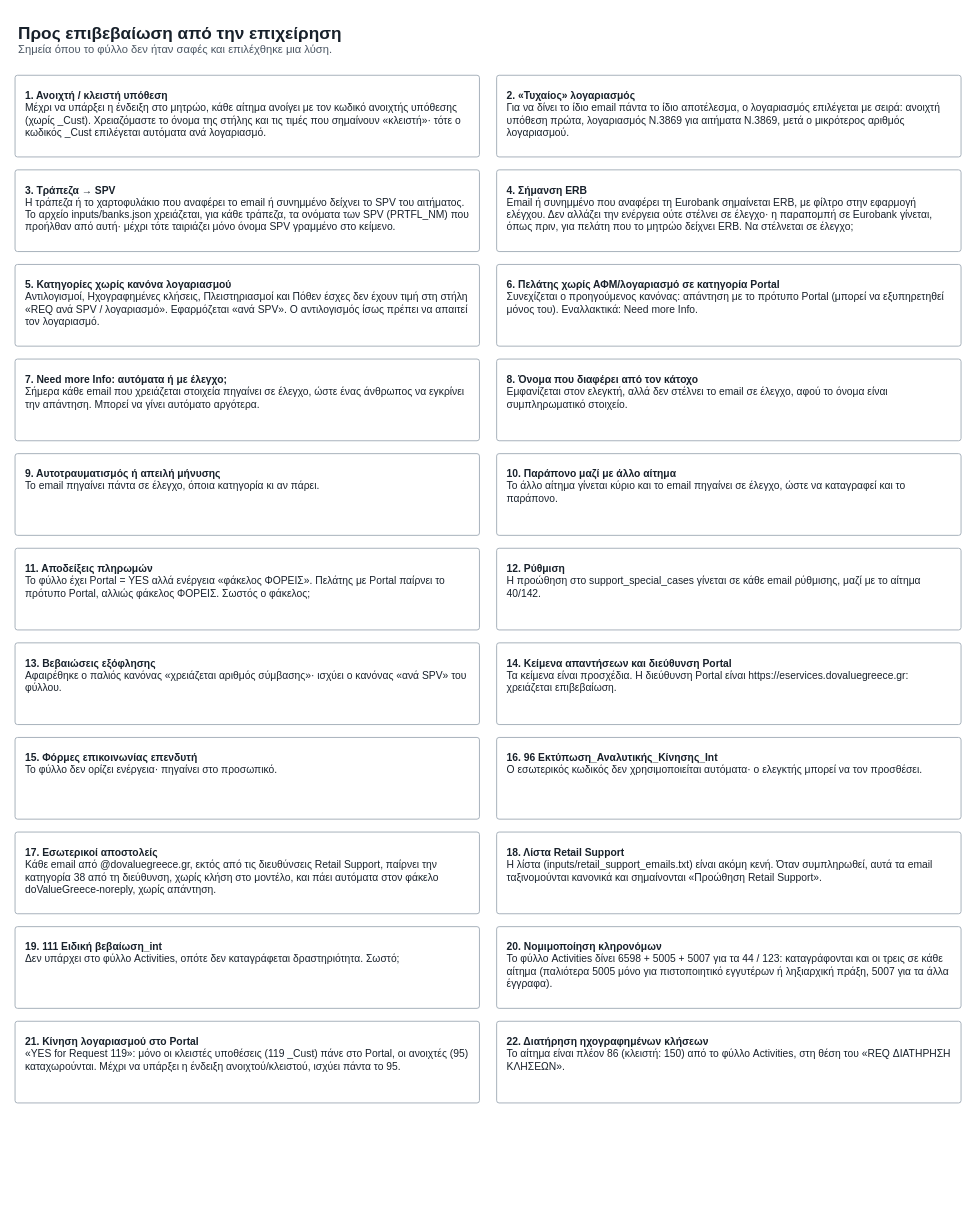
Earlier version of the draw.io diagram page "5 Προς επιβεβαίωση" (5 of 6) of docs/decision_rules.drawio (nicoleplak/email-classification). Source tidied: cells renumbered, new cells numbered last; positions are measured from the earlier drawing's top-left corner, leaving out a move shared by most shapes. Both pictures are drawn from the tidied source at 86%, with x=0, y=0 at pixel (15, 15).
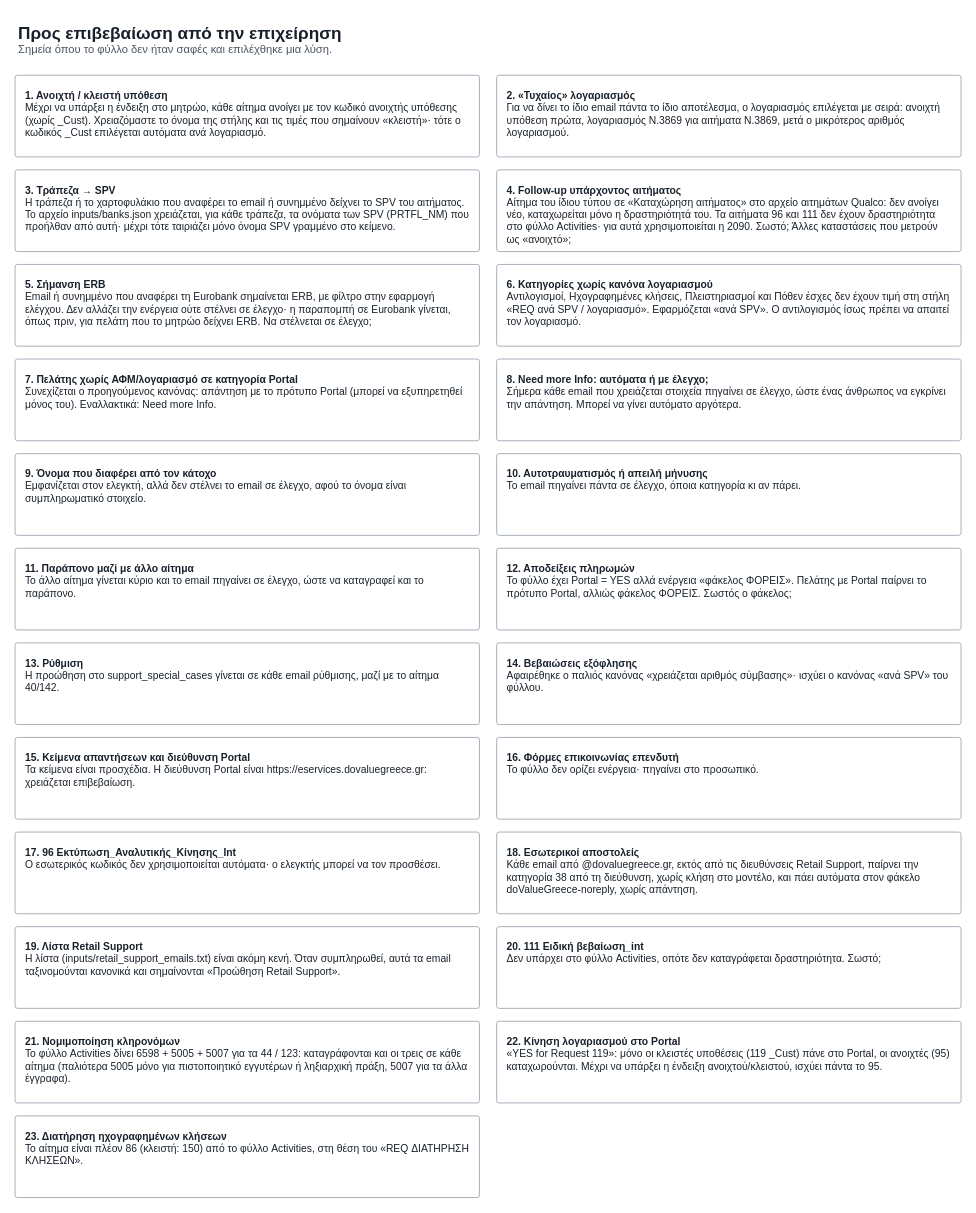
Above is the later version.

Diff of the diagram source:
```diff
@@
-    <mxCell id="6" value="&lt;b&gt;4. Σήμανση ERB&lt;/b&gt;&lt;br&gt;Email ή συνημμένο που αναφέρει τη Eurobank σημαίνεται ERB, με φίλτρο στην εφαρμογή ελέγχου. Δεν αλλάζει την ενέργεια ούτε στέλνει σε έλεγχο· η παραπομπή σε Eurobank γίνεται, όπως πριν, για πελάτη που το μητρώο δείχνει ERB. Να στέλνεται σε έλεγχο;" style="rounded=1;arcSize=3;whiteSpace=wrap;html=1;align=left;verticalAlign=top;spacing=12;fillColor=#FFFFFF;strokeColor=#9AA6B2;fontFamily=Helvetica;fontColor=#18212B;fontSize=12;fontSize=12;" parent="1" vertex="1">
+    <mxCell id="6" value="&lt;b&gt;4. Follow-up υπάρχοντος αιτήματος&lt;/b&gt;&lt;br&gt;Αίτημα του ίδιου τύπου σε «Καταχώρηση αιτήματος» στο αρχείο αιτημάτων Qualco: δεν ανοίγει νέο, καταχωρείται μόνο η δραστηριότητά του. Τα αιτήματα 96 και 111 δεν έχουν δραστηριότητα στο φύλλο Activities· για αυτά χρησιμοποιείται η 2090. Σωστό; Άλλες καταστάσεις που μετρούν ως «ανοιχτό»;" style="rounded=1;arcSize=3;whiteSpace=wrap;html=1;align=left;verticalAlign=top;spacing=12;fillColor=#FFFFFF;strokeColor=#9AA6B2;fontFamily=Helvetica;fontColor=#18212B;fontSize=12;fontSize=12;" parent="1" vertex="1">
       <mxGeometry x="560" y="180" width="540" height="95" as="geometry" />
     </mxCell>
-    <mxCell id="7" value="&lt;b&gt;5. Κατηγορίες χωρίς κανόνα λογαριασμού&lt;/b&gt;&lt;br&gt;Αντιλογισμοί, Ηχογραφημένες κλήσεις, Πλειστηριασμοί και Πόθεν έσχες δεν έχουν τιμή στη στήλη «REQ ανά SPV / λογαριασμό». Εφαρμόζεται «ανά SPV». Ο αντιλογισμός ίσως πρέπει να απαιτεί τον λογαριασμό." style="rounded=1;arcSize=3;whiteSpace=wrap;html=1;align=left;verticalAlign=top;spacing=12;fillColor=#FFFFFF;strokeColor=#9AA6B2;fontFamily=Helvetica;fontColor=#18212B;fontSize=12;fontSize=12;" parent="1" vertex="1">
+    <mxCell id="7" value="&lt;b&gt;5. Σήμανση ERB&lt;/b&gt;&lt;br&gt;Email ή συνημμένο που αναφέρει τη Eurobank σημαίνεται ERB, με φίλτρο στην εφαρμογή ελέγχου. Δεν αλλάζει την ενέργεια ούτε στέλνει σε έλεγχο· η παραπομπή σε Eurobank γίνεται, όπως πριν, για πελάτη που το μητρώο δείχνει ERB. Να στέλνεται σε έλεγχο;" style="rounded=1;arcSize=3;whiteSpace=wrap;html=1;align=left;verticalAlign=top;spacing=12;fillColor=#FFFFFF;strokeColor=#9AA6B2;fontFamily=Helvetica;fontColor=#18212B;fontSize=12;fontSize=12;" parent="1" vertex="1">
       <mxGeometry y="290" width="540" height="95" as="geometry" />
     </mxCell>
-    <mxCell id="8" value="&lt;b&gt;6. Πελάτης χωρίς ΑΦΜ/λογαριασμό σε κατηγορία Portal&lt;/b&gt;&lt;br&gt;Συνεχίζεται ο προηγούμενος κανόνας: απάντηση με το πρότυπο Portal (μπορεί να εξυπηρετηθεί μόνος του). Εναλλακτικά: Need more Info." style="rounded=1;arcSize=3;whiteSpace=wrap;html=1;align=left;verticalAlign=top;spacing=12;fillColor=#FFFFFF;strokeColor=#9AA6B2;fontFamily=Helvetica;fontColor=#18212B;fontSize=12;fontSize=12;" parent="1" vertex="1">
+    <mxCell id="8" value="&lt;b&gt;6. Κατηγορίες χωρίς κανόνα λογαριασμού&lt;/b&gt;&lt;br&gt;Αντιλογισμοί, Ηχογραφημένες κλήσεις, Πλειστηριασμοί και Πόθεν έσχες δεν έχουν τιμή στη στήλη «REQ ανά SPV / λογαριασμό». Εφαρμόζεται «ανά SPV». Ο αντιλογισμός ίσως πρέπει να απαιτεί τον λογαριασμό." style="rounded=1;arcSize=3;whiteSpace=wrap;html=1;align=left;verticalAlign=top;spacing=12;fillColor=#FFFFFF;strokeColor=#9AA6B2;fontFamily=Helvetica;fontColor=#18212B;fontSize=12;fontSize=12;" parent="1" vertex="1">
       <mxGeometry x="560" y="290" width="540" height="95" as="geometry" />
     </mxCell>
-    <mxCell id="9" value="&lt;b&gt;7. Need more Info: αυτόματα ή με έλεγχο;&lt;/b&gt;&lt;br&gt;Σήμερα κάθε email που χρειάζεται στοιχεία πηγαίνει σε έλεγχο, ώστε ένας άνθρωπος να εγκρίνει την απάντηση. Μπορεί να γίνει αυτόματο αργότερα." style="rounded=1;arcSize=3;whiteSpace=wrap;html=1;align=left;verticalAlign=top;spacing=12;fillColor=#FFFFFF;strokeColor=#9AA6B2;fontFamily=Helvetica;fontColor=#18212B;fontSize=12;fontSize=12;" parent="1" vertex="1">
+    <mxCell id="9" value="&lt;b&gt;7. Πελάτης χωρίς ΑΦΜ/λογαριασμό σε κατηγορία Portal&lt;/b&gt;&lt;br&gt;Συνεχίζεται ο προηγούμενος κανόνας: απάντηση με το πρότυπο Portal (μπορεί να εξυπηρετηθεί μόνος του). Εναλλακτικά: Need more Info." style="rounded=1;arcSize=3;whiteSpace=wrap;html=1;align=left;verticalAlign=top;spacing=12;fillColor=#FFFFFF;strokeColor=#9AA6B2;fontFamily=Helvetica;fontColor=#18212B;fontSize=12;fontSize=12;" parent="1" vertex="1">
       <mxGeometry y="400" width="540" height="95" as="geometry" />
     </mxCell>
-    <mxCell id="10" value="&lt;b&gt;8. Όνομα που διαφέρει από τον κάτοχο&lt;/b&gt;&lt;br&gt;Εμφανίζεται στον ελεγκτή, αλλά δεν στέλνει το email σε έλεγχο, αφού το όνομα είναι συμπληρωματικό στοιχείο." style="rounded=1;arcSize=3;whiteSpace=wrap;html=1;align=left;verticalAlign=top;spacing=12;fillColor=#FFFFFF;strokeColor=#9AA6B2;fontFamily=Helvetica;fontColor=#18212B;fontSize=12;fontSize=12;" parent="1" vertex="1">
+    <mxCell id="10" value="&lt;b&gt;8. Need more Info: αυτόματα ή με έλεγχο;&lt;/b&gt;&lt;br&gt;Σήμερα κάθε email που χρειάζεται στοιχεία πηγαίνει σε έλεγχο, ώστε ένας άνθρωπος να εγκρίνει την απάντηση. Μπορεί να γίνει αυτόματο αργότερα." style="rounded=1;arcSize=3;whiteSpace=wrap;html=1;align=left;verticalAlign=top;spacing=12;fillColor=#FFFFFF;strokeColor=#9AA6B2;fontFamily=Helvetica;fontColor=#18212B;fontSize=12;fontSize=12;" parent="1" vertex="1">
       <mxGeometry x="560" y="400" width="540" height="95" as="geometry" />
     </mxCell>
-    <mxCell id="11" value="&lt;b&gt;9. Αυτοτραυματισμός ή απειλή μήνυσης&lt;/b&gt;&lt;br&gt;Το email πηγαίνει πάντα σε έλεγχο, όποια κατηγορία κι αν πάρει." style="rounded=1;arcSize=3;whiteSpace=wrap;html=1;align=left;verticalAlign=top;spacing=12;fillColor=#FFFFFF;strokeColor=#9AA6B2;fontFamily=Helvetica;fontColor=#18212B;fontSize=12;fontSize=12;" parent="1" vertex="1">
+    <mxCell id="11" value="&lt;b&gt;9. Όνομα που διαφέρει από τον κάτοχο&lt;/b&gt;&lt;br&gt;Εμφανίζεται στον ελεγκτή, αλλά δεν στέλνει το email σε έλεγχο, αφού το όνομα είναι συμπληρωματικό στοιχείο." style="rounded=1;arcSize=3;whiteSpace=wrap;html=1;align=left;verticalAlign=top;spacing=12;fillColor=#FFFFFF;strokeColor=#9AA6B2;fontFamily=Helvetica;fontColor=#18212B;fontSize=12;fontSize=12;" parent="1" vertex="1">
       <mxGeometry y="510" width="540" height="95" as="geometry" />
     </mxCell>
-    <mxCell id="12" value="&lt;b&gt;10. Παράπονο μαζί με άλλο αίτημα&lt;/b&gt;&lt;br&gt;Το άλλο αίτημα γίνεται κύριο και το email πηγαίνει σε έλεγχο, ώστε να καταγραφεί και το παράπονο." style="rounded=1;arcSize=3;whiteSpace=wrap;html=1;align=left;verticalAlign=top;spacing=12;fillColor=#FFFFFF;strokeColor=#9AA6B2;fontFamily=Helvetica;fontColor=#18212B;fontSize=12;fontSize=12;" parent="1" vertex="1">
+    <mxCell id="12" value="&lt;b&gt;10. Αυτοτραυματισμός ή απειλή μήνυσης&lt;/b&gt;&lt;br&gt;Το email πηγαίνει πάντα σε έλεγχο, όποια κατηγορία κι αν πάρει." style="rounded=1;arcSize=3;whiteSpace=wrap;html=1;align=left;verticalAlign=top;spacing=12;fillColor=#FFFFFF;strokeColor=#9AA6B2;fontFamily=Helvetica;fontColor=#18212B;fontSize=12;fontSize=12;" parent="1" vertex="1">
       <mxGeometry x="560" y="510" width="540" height="95" as="geometry" />
     </mxCell>
-    <mxCell id="13" value="&lt;b&gt;11. Αποδείξεις πληρωμών&lt;/b&gt;&lt;br&gt;Το φύλλο έχει Portal = YES αλλά ενέργεια «φάκελος ΦΟΡΕΙΣ». Πελάτης με Portal παίρνει το πρότυπο Portal, αλλιώς φάκελος ΦΟΡΕΙΣ. Σωστός ο φάκελος;" style="rounded=1;arcSize=3;whiteSpace=wrap;html=1;align=left;verticalAlign=top;spacing=12;fillColor=#FFFFFF;strokeColor=#9AA6B2;fontFamily=Helvetica;fontColor=#18212B;fontSize=12;fontSize=12;" parent="1" vertex="1">
+    <mxCell id="13" value="&lt;b&gt;11. Παράπονο μαζί με άλλο αίτημα&lt;/b&gt;&lt;br&gt;Το άλλο αίτημα γίνεται κύριο και το email πηγαίνει σε έλεγχο, ώστε να καταγραφεί και το παράπονο." style="rounded=1;arcSize=3;whiteSpace=wrap;html=1;align=left;verticalAlign=top;spacing=12;fillColor=#FFFFFF;strokeColor=#9AA6B2;fontFamily=Helvetica;fontColor=#18212B;fontSize=12;fontSize=12;" parent="1" vertex="1">
       <mxGeometry y="620" width="540" height="95" as="geometry" />
     </mxCell>
-    <mxCell id="14" value="&lt;b&gt;12. Ρύθμιση&lt;/b&gt;&lt;br&gt;Η προώθηση στο support_special_cases γίνεται σε κάθε email ρύθμισης, μαζί με το αίτημα 40/142." style="rounded=1;arcSize=3;whiteSpace=wrap;html=1;align=left;verticalAlign=top;spacing=12;fillColor=#FFFFFF;strokeColor=#9AA6B2;fontFamily=Helvetica;fontColor=#18212B;fontSize=12;fontSize=12;" parent="1" vertex="1">
+    <mxCell id="14" value="&lt;b&gt;12. Αποδείξεις πληρωμών&lt;/b&gt;&lt;br&gt;Το φύλλο έχει Portal = YES αλλά ενέργεια «φάκελος ΦΟΡΕΙΣ». Πελάτης με Portal παίρνει το πρότυπο Portal, αλλιώς φάκελος ΦΟΡΕΙΣ. Σωστός ο φάκελος;" style="rounded=1;arcSize=3;whiteSpace=wrap;html=1;align=left;verticalAlign=top;spacing=12;fillColor=#FFFFFF;strokeColor=#9AA6B2;fontFamily=Helvetica;fontColor=#18212B;fontSize=12;fontSize=12;" parent="1" vertex="1">
       <mxGeometry x="560" y="620" width="540" height="95" as="geometry" />
     </mxCell>
-    <mxCell id="15" value="&lt;b&gt;13. Βεβαιώσεις εξόφλησης&lt;/b&gt;&lt;br&gt;Αφαιρέθηκε ο παλιός κανόνας «χρειάζεται αριθμός σύμβασης»· ισχύει ο κανόνας «ανά SPV» του φύλλου." style="rounded=1;arcSize=3;whiteSpace=wrap;html=1;align=left;verticalAlign=top;spacing=12;fillColor=#FFFFFF;strokeColor=#9AA6B2;fontFamily=Helvetica;fontColor=#18212B;fontSize=12;fontSize=12;" parent="1" vertex="1">
+    <mxCell id="15" value="&lt;b&gt;13. Ρύθμιση&lt;/b&gt;&lt;br&gt;Η προώθηση στο support_special_cases γίνεται σε κάθε email ρύθμισης, μαζί με το αίτημα 40/142." style="rounded=1;arcSize=3;whiteSpace=wrap;html=1;align=left;verticalAlign=top;spacing=12;fillColor=#FFFFFF;strokeColor=#9AA6B2;fontFamily=Helvetica;fontColor=#18212B;fontSize=12;fontSize=12;" parent="1" vertex="1">
       <mxGeometry y="730" width="540" height="95" as="geometry" />
     </mxCell>
-    <mxCell id="16" value="&lt;b&gt;14. Κείμενα απαντήσεων και διεύθυνση Portal&lt;/b&gt;&lt;br&gt;Τα κείμενα είναι προσχέδια. Η διεύθυνση Portal είναι https://eservices.dovaluegreece.gr: χρειάζεται επιβεβαίωση." style="rounded=1;arcSize=3;whiteSpace=wrap;html=1;align=left;verticalAlign=top;spacing=12;fillColor=#FFFFFF;strokeColor=#9AA6B2;fontFamily=Helvetica;fontColor=#18212B;fontSize=12;fontSize=12;" parent="1" vertex="1">
+    <mxCell id="16" value="&lt;b&gt;14. Βεβαιώσεις εξόφλησης&lt;/b&gt;&lt;br&gt;Αφαιρέθηκε ο παλιός κανόνας «χρειάζεται αριθμός σύμβασης»· ισχύει ο κανόνας «ανά SPV» του φύλλου." style="rounded=1;arcSize=3;whiteSpace=wrap;html=1;align=left;verticalAlign=top;spacing=12;fillColor=#FFFFFF;strokeColor=#9AA6B2;fontFamily=Helvetica;fontColor=#18212B;fontSize=12;fontSize=12;" parent="1" vertex="1">
       <mxGeometry x="560" y="730" width="540" height="95" as="geometry" />
     </mxCell>
-    <mxCell id="17" value="&lt;b&gt;15. Φόρμες επικοινωνίας επενδυτή&lt;/b&gt;&lt;br&gt;Το φύλλο δεν ορίζει ενέργεια· πηγαίνει στο προσωπικό." style="rounded=1;arcSize=3;whiteSpace=wrap;html=1;align=left;verticalAlign=top;spacing=12;fillColor=#FFFFFF;strokeColor=#9AA6B2;fontFamily=Helvetica;fontColor=#18212B;fontSize=12;fontSize=12;" parent="1" vertex="1">
+    <mxCell id="17" value="&lt;b&gt;15. Κείμενα απαντήσεων και διεύθυνση Portal&lt;/b&gt;&lt;br&gt;Τα κείμενα είναι προσχέδια. Η διεύθυνση Portal είναι https://eservices.dovaluegreece.gr: χρειάζεται επιβεβαίωση." style="rounded=1;arcSize=3;whiteSpace=wrap;html=1;align=left;verticalAlign=top;spacing=12;fillColor=#FFFFFF;strokeColor=#9AA6B2;fontFamily=Helvetica;fontColor=#18212B;fontSize=12;fontSize=12;" parent="1" vertex="1">
       <mxGeometry y="840" width="540" height="95" as="geometry" />
     </mxCell>
-    <mxCell id="18" value="&lt;b&gt;16. 96 Εκτύπωση_Αναλυτικής_Κίνησης_Int&lt;/b&gt;&lt;br&gt;Ο εσωτερικός κωδικός δεν χρησιμοποιείται αυτόματα· ο ελεγκτής μπορεί να τον προσθέσει." style="rounded=1;arcSize=3;whiteSpace=wrap;html=1;align=left;verticalAlign=top;spacing=12;fillColor=#FFFFFF;strokeColor=#9AA6B2;fontFamily=Helvetica;fontColor=#18212B;fontSize=12;fontSize=12;" parent="1" vertex="1">
+    <mxCell id="18" value="&lt;b&gt;16. Φόρμες επικοινωνίας επενδυτή&lt;/b&gt;&lt;br&gt;Το φύλλο δεν ορίζει ενέργεια· πηγαίνει στο προσωπικό." style="rounded=1;arcSize=3;whiteSpace=wrap;html=1;align=left;verticalAlign=top;spacing=12;fillColor=#FFFFFF;strokeColor=#9AA6B2;fontFamily=Helvetica;fontColor=#18212B;fontSize=12;fontSize=12;" parent="1" vertex="1">
       <mxGeometry x="560" y="840" width="540" height="95" as="geometry" />
     </mxCell>
-    <mxCell id="19" value="&lt;b&gt;17. Εσωτερικοί αποστολείς&lt;/b&gt;&lt;br&gt;Κάθε email από @dovaluegreece.gr, εκτός από τις διευθύνσεις Retail Support, παίρνει την κατηγορία 38 από τη διεύθυνση, χωρίς κλήση στο μοντέλο, και πάει αυτόματα στον φάκελο doValueGreece-noreply, χωρίς απάντηση." style="rounded=1;arcSize=3;whiteSpace=wrap;html=1;align=left;verticalAlign=top;spacing=12;fillColor=#FFFFFF;strokeColor=#9AA6B2;fontFamily=Helvetica;fontColor=#18212B;fontSize=12;fontSize=12;" parent="1" vertex="1">
+    <mxCell id="19" value="&lt;b&gt;17. 96 Εκτύπωση_Αναλυτικής_Κίνησης_Int&lt;/b&gt;&lt;br&gt;Ο εσωτερικός κωδικός δεν χρησιμοποιείται αυτόματα· ο ελεγκτής μπορεί να τον προσθέσει." style="rounded=1;arcSize=3;whiteSpace=wrap;html=1;align=left;verticalAlign=top;spacing=12;fillColor=#FFFFFF;strokeColor=#9AA6B2;fontFamily=Helvetica;fontColor=#18212B;fontSize=12;fontSize=12;" parent="1" vertex="1">
       <mxGeometry y="950" width="540" height="95" as="geometry" />
     </mxCell>
-    <mxCell id="20" value="&lt;b&gt;18. Λίστα Retail Support&lt;/b&gt;&lt;br&gt;Η λίστα (inputs/retail_support_emails.txt) είναι ακόμη κενή. Όταν συμπληρωθεί, αυτά τα email ταξινομούνται κανονικά και σημαίνονται «Προώθηση Retail Support»." style="rounded=1;arcSize=3;whiteSpace=wrap;html=1;align=left;verticalAlign=top;spacing=12;fillColor=#FFFFFF;strokeColor=#9AA6B2;fontFamily=Helvetica;fontColor=#18212B;fontSize=12;fontSize=12;" parent="1" vertex="1">
+    <mxCell id="20" value="&lt;b&gt;18. Εσωτερικοί αποστολείς&lt;/b&gt;&lt;br&gt;Κάθε email από @dovaluegreece.gr, εκτός από τις διευθύνσεις Retail Support, παίρνει την κατηγορία 38 από τη διεύθυνση, χωρίς κλήση στο μοντέλο, και πάει αυτόματα στον φάκελο doValueGreece-noreply, χωρίς απάντηση." style="rounded=1;arcSize=3;whiteSpace=wrap;html=1;align=left;verticalAlign=top;spacing=12;fillColor=#FFFFFF;strokeColor=#9AA6B2;fontFamily=Helvetica;fontColor=#18212B;fontSize=12;fontSize=12;" parent="1" vertex="1">
       <mxGeometry x="560" y="950" width="540" height="95" as="geometry" />
     </mxCell>
-    <mxCell id="21" value="&lt;b&gt;19. 111 Ειδική βεβαίωση_int&lt;/b&gt;&lt;br&gt;Δεν υπάρχει στο φύλλο Activities, οπότε δεν καταγράφεται δραστηριότητα. Σωστό;" style="rounded=1;arcSize=3;whiteSpace=wrap;html=1;align=left;verticalAlign=top;spacing=12;fillColor=#FFFFFF;strokeColor=#9AA6B2;fontFamily=Helvetica;fontColor=#18212B;fontSize=12;fontSize=12;" parent="1" vertex="1">
+    <mxCell id="21" value="&lt;b&gt;19. Λίστα Retail Support&lt;/b&gt;&lt;br&gt;Η λίστα (inputs/retail_support_emails.txt) είναι ακόμη κενή. Όταν συμπληρωθεί, αυτά τα email ταξινομούνται κανονικά και σημαίνονται «Προώθηση Retail Support»." style="rounded=1;arcSize=3;whiteSpace=wrap;html=1;align=left;verticalAlign=top;spacing=12;fillColor=#FFFFFF;strokeColor=#9AA6B2;fontFamily=Helvetica;fontColor=#18212B;fontSize=12;fontSize=12;" parent="1" vertex="1">
       <mxGeometry y="1060" width="540" height="95" as="geometry" />
     </mxCell>
-    <mxCell id="22" value="&lt;b&gt;20. Νομιμοποίηση κληρονόμων&lt;/b&gt;&lt;br&gt;Το φύλλο Activities δίνει 6598 + 5005 + 5007 για τα 44 / 123: καταγράφονται και οι τρεις σε κάθε αίτημα (παλιότερα 5005 μόνο για πιστοποιητικό εγγυτέρων ή ληξιαρχική πράξη, 5007 για τα άλλα έγγραφα)." style="rounded=1;arcSize=3;whiteSpace=wrap;html=1;align=left;verticalAlign=top;spacing=12;fillColor=#FFFFFF;strokeColor=#9AA6B2;fontFamily=Helvetica;fontColor=#18212B;fontSize=12;fontSize=12;" parent="1" vertex="1">
+    <mxCell id="22" value="&lt;b&gt;20. 111 Ειδική βεβαίωση_int&lt;/b&gt;&lt;br&gt;Δεν υπάρχει στο φύλλο Activities, οπότε δεν καταγράφεται δραστηριότητα. Σωστό;" style="rounded=1;arcSize=3;whiteSpace=wrap;html=1;align=left;verticalAlign=top;spacing=12;fillColor=#FFFFFF;strokeColor=#9AA6B2;fontFamily=Helvetica;fontColor=#18212B;fontSize=12;fontSize=12;" parent="1" vertex="1">
       <mxGeometry x="560" y="1060" width="540" height="95" as="geometry" />
     </mxCell>
-    <mxCell id="23" value="&lt;b&gt;21. Κίνηση λογαριασμού στο Portal&lt;/b&gt;&lt;br&gt;«YES for Request 119»: μόνο οι κλειστές υποθέσεις (119 _Cust) πάνε στο Portal, οι ανοιχτές (95) καταχωρούνται. Μέχρι να υπάρξει η ένδειξη ανοιχτού/κλειστού, ισχύει πάντα το 95." style="rounded=1;arcSize=3;whiteSpace=wrap;html=1;align=left;verticalAlign=top;spacing=12;fillColor=#FFFFFF;strokeColor=#9AA6B2;fontFamily=Helvetica;fontColor=#18212B;fontSize=12;fontSize=12;" parent="1" vertex="1">
+    <mxCell id="23" value="&lt;b&gt;21. Νομιμοποίηση κληρονόμων&lt;/b&gt;&lt;br&gt;Το φύλλο Activities δίνει 6598 + 5005 + 5007 για τα 44 / 123: καταγράφονται και οι τρεις σε κάθε αίτημα (παλιότερα 5005 μόνο για πιστοποιητικό εγγυτέρων ή ληξιαρχική πράξη, 5007 για τα άλλα έγγραφα)." style="rounded=1;arcSize=3;whiteSpace=wrap;html=1;align=left;verticalAlign=top;spacing=12;fillColor=#FFFFFF;strokeColor=#9AA6B2;fontFamily=Helvetica;fontColor=#18212B;fontSize=12;fontSize=12;" parent="1" vertex="1">
       <mxGeometry y="1170" width="540" height="95" as="geometry" />
     </mxCell>
-    <mxCell id="24" value="&lt;b&gt;22. Διατήρηση ηχογραφημένων κλήσεων&lt;/b&gt;&lt;br&gt;Το αίτημα είναι πλέον 86 (κλειστή: 150) από το φύλλο Activities, στη θέση του «REQ ΔΙΑΤΗΡΗΣΗ ΚΛΗΣΕΩΝ»." style="rounded=1;arcSize=3;whiteSpace=wrap;html=1;align=left;verticalAlign=top;spacing=12;fillColor=#FFFFFF;strokeColor=#9AA6B2;fontFamily=Helvetica;fontColor=#18212B;fontSize=12;fontSize=12;" parent="1" vertex="1">
+    <mxCell id="24" value="&lt;b&gt;22. Κίνηση λογαριασμού στο Portal&lt;/b&gt;&lt;br&gt;«YES for Request 119»: μόνο οι κλειστές υποθέσεις (119 _Cust) πάνε στο Portal, οι ανοιχτές (95) καταχωρούνται. Μέχρι να υπάρξει η ένδειξη ανοιχτού/κλειστού, ισχύει πάντα το 95." style="rounded=1;arcSize=3;whiteSpace=wrap;html=1;align=left;verticalAlign=top;spacing=12;fillColor=#FFFFFF;strokeColor=#9AA6B2;fontFamily=Helvetica;fontColor=#18212B;fontSize=12;fontSize=12;" parent="1" vertex="1">
       <mxGeometry x="560" y="1170" width="540" height="95" as="geometry" />
     </mxCell>
+    <mxCell id="25" value="&lt;b&gt;23. Διατήρηση ηχογραφημένων κλήσεων&lt;/b&gt;&lt;br&gt;Το αίτημα είναι πλέον 86 (κλειστή: 150) από το φύλλο Activities, στη θέση του «REQ ΔΙΑΤΗΡΗΣΗ ΚΛΗΣΕΩΝ»." style="rounded=1;arcSize=3;whiteSpace=wrap;html=1;align=left;verticalAlign=top;spacing=12;fillColor=#FFFFFF;strokeColor=#9AA6B2;fontFamily=Helvetica;fontColor=#18212B;fontSize=12;fontSize=12;" parent="1" vertex="1">
+      <mxGeometry y="1280" width="540" height="95" as="geometry" />
+    </mxCell>
```
